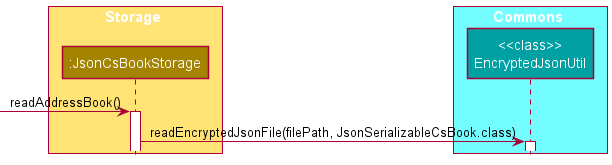
Above: docs/images/DecryptSequence0.png in nus-cs2103-AY2122S1/tp (PlantUML), before the change.
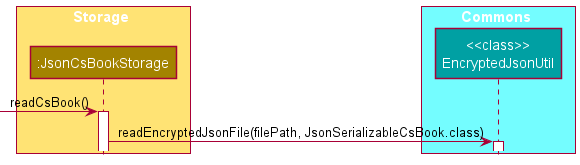
Later version of the same file.

Change to the diagram source:
```diff
@@ -9,7 +9,7 @@
 participant "<<class>>\nEncryptedJsonUtil" as EncryptedJsonUtil COMMONS_COLOR
 end box
 
-[-> JsonCsBookStorage : readAddressBook()
+[-> JsonCsBookStorage : readCsBook()
 activate JsonCsBookStorage
 
 JsonCsBookStorage -> EncryptedJsonUtil : readEncryptedJsonFile(filePath, JsonSerializableCsBook.class)
```
